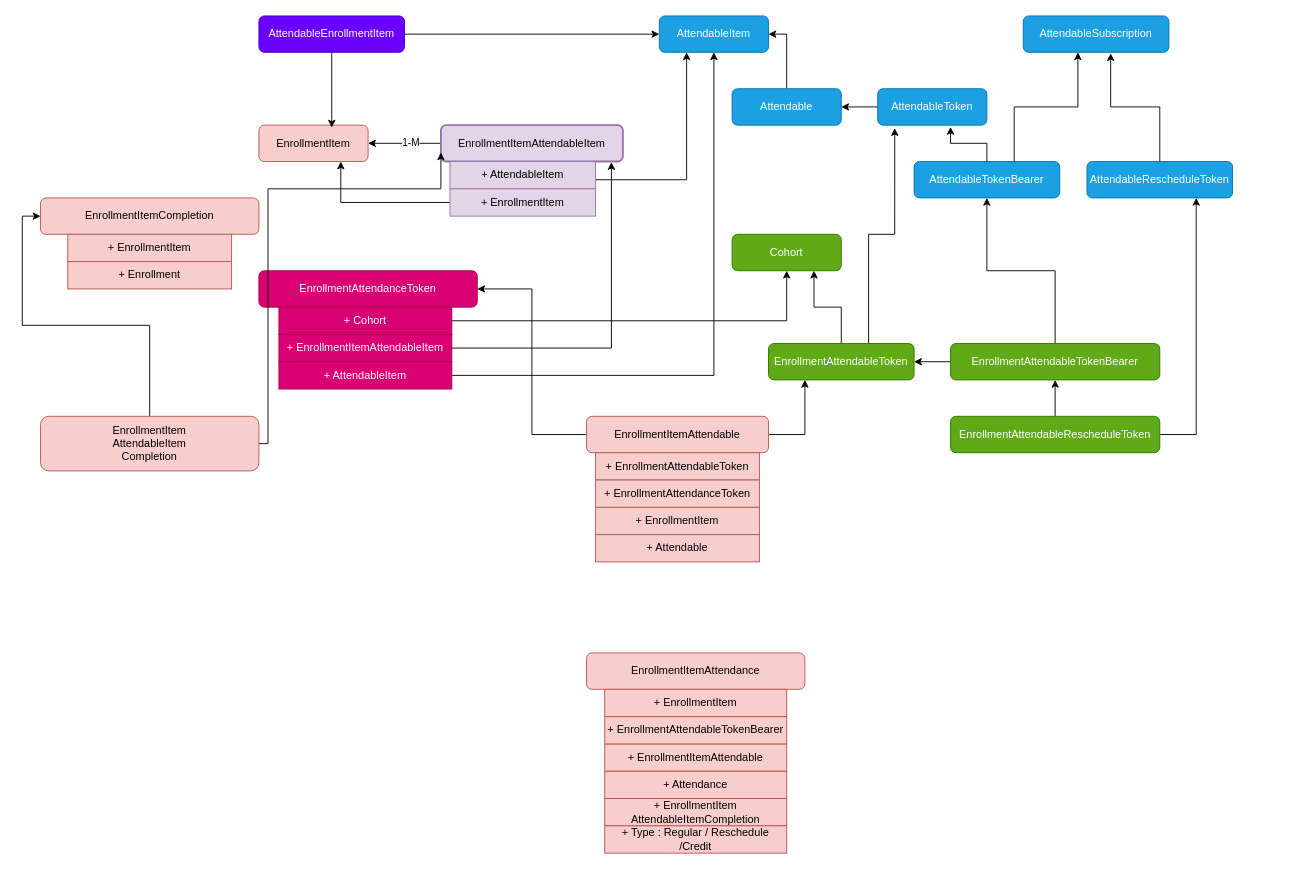
Earlier version of the draw.io diagram Enrolla.drawio (nana-essah/data-abstractions). Source tidied: cells renumbered, new cells numbered last; positions are measured from the earlier drawing's top-left corner, leaving out a move shared by most shapes. Both pictures are drawn from the tidied source at 91%, with x=0, y=0 at pixel (40, 15).
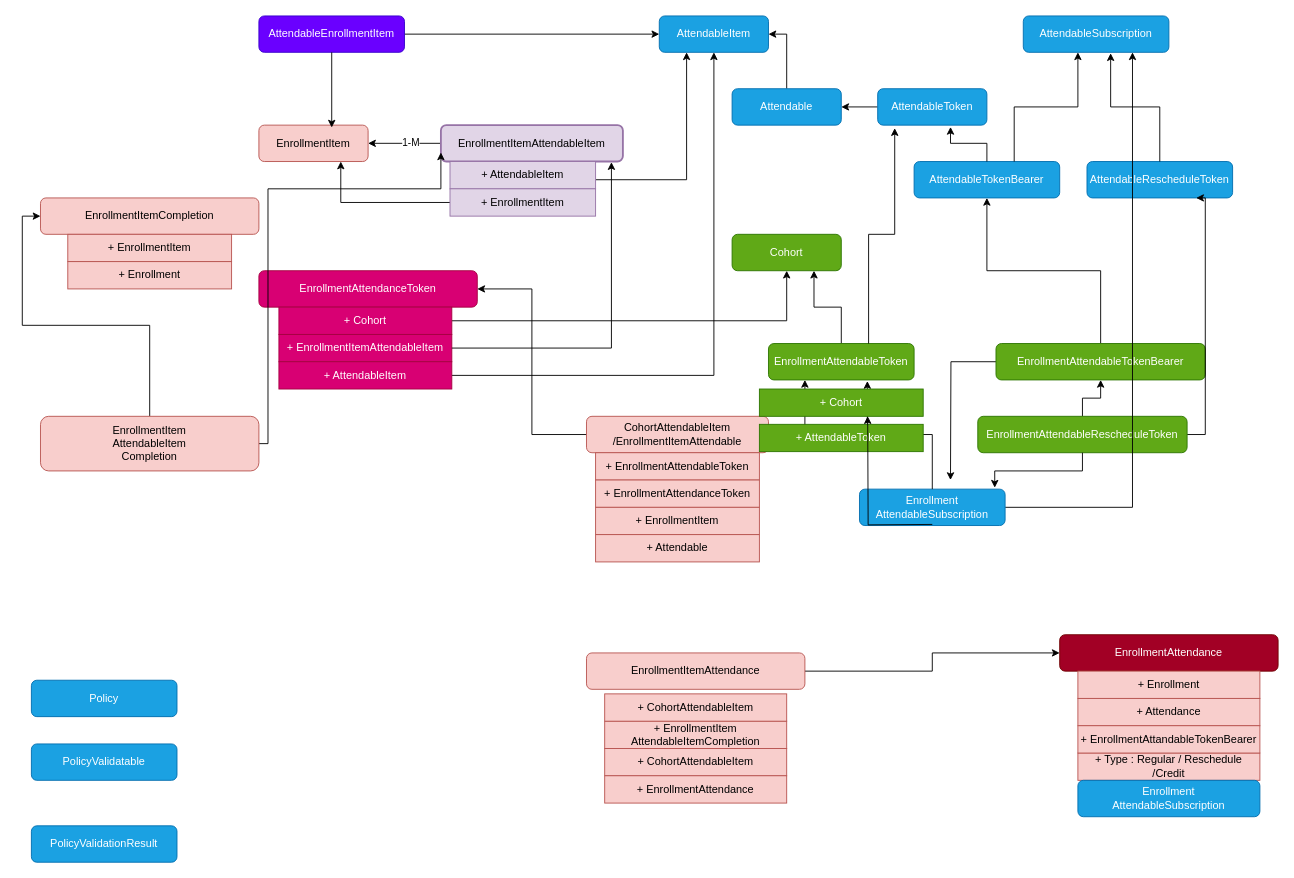
The same diagram, later.

The change refers to these unchanged cells:
```xml
<mxCell id="29" value="EnrollmentAttendableToken" style="rounded=1;whiteSpace=wrap;html=1;fillColor=#60a917;fontColor=#ffffff;strokeColor=#2D7600;" parent="1" vertex="1">
  <mxGeometry x="800" y="360" width="160" height="40" as="geometry" />
</mxCell>
<mxCell id="34" value="AttendableSubscription" style="rounded=1;whiteSpace=wrap;html=1;fillColor=#1ba1e2;fontColor=#ffffff;strokeColor=#006EAF;" parent="1" vertex="1">
  <mxGeometry x="1080" width="160" height="40" as="geometry" />
</mxCell>
<mxCell id="35" value="AttendableRescheduleToken" style="rounded=1;whiteSpace=wrap;html=1;fillColor=#1ba1e2;fontColor=#ffffff;strokeColor=#006EAF;" parent="1" vertex="1">
  <mxGeometry x="1150" y="160" width="160" height="40" as="geometry" />
</mxCell>
<mxCell id="44" value="EnrollmentItemAttendance" style="rounded=1;whiteSpace=wrap;html=1;fillColor=#f8cecc;strokeColor=#b85450;" parent="1" vertex="1">
  <mxGeometry x="600" y="700" width="240" height="40" as="geometry" />
</mxCell>
```

What changed in the source:
```diff
@@
-    <mxCell id="31" style="edgeStyle=orthogonalEdgeStyle;rounded=0;jettySize=auto;html=1;entryX=1;entryY=0.5;entryDx=0;entryDy=0;" parent="1" edge="1" source="33" target="29">
-      <mxGeometry relative="1" as="geometry" />
-    </mxCell>
@@
+    <mxCell id="61" style="edgeStyle=orthogonalEdgeStyle;rounded=0;jettySize=auto;html=1;" parent="1" edge="1" source="33">
+      <mxGeometry relative="1" as="geometry">
+        <mxPoint x="1000" y="510" as="targetPoint" />
+      </mxGeometry>
+    </mxCell>
     <mxCell id="33" value="EnrollmentAttendableTokenBearer" style="rounded=1;whiteSpace=wrap;html=1;fillColor=#60a917;fontColor=#ffffff;strokeColor=#2D7600;" parent="1" vertex="1">
-      <mxGeometry x="1000" y="360" width="230" height="40" as="geometry" />
+      <mxGeometry x="1050" y="360" width="230" height="40" as="geometry" />
     </mxCell>
@@
     <mxCell id="39" style="edgeStyle=orthogonalEdgeStyle;rounded=0;jettySize=auto;html=1;entryX=0.75;entryY=1;entryDx=0;entryDy=0;" parent="1" edge="1" source="40" target="35">
       <mxGeometry relative="1" as="geometry">
         <Array as="points">
-          <mxPoint x="1270" y="460" />
+          <mxPoint x="1280" y="460" />
+          <mxPoint x="1280" y="200" />
         </Array>
       </mxGeometry>
     </mxCell>
     <mxCell id="40" value="EnrollmentAttendableRescheduleToken" style="rounded=1;whiteSpace=wrap;html=1;fillColor=#60a917;fontColor=#ffffff;strokeColor=#2D7600;" parent="1" vertex="1">
-      <mxGeometry x="1000" y="440" width="230" height="40" as="geometry" />
+      <mxGeometry x="1030" y="440" width="230" height="40" as="geometry" />
     </mxCell>
@@
-    <mxCell id="43" value="EnrollmentItemAttendable" style="rounded=1;whiteSpace=wrap;html=1;fillColor=#f8cecc;strokeColor=#b85450;" parent="1" vertex="1">
+    <mxCell id="43" value="&lt;div&gt;CohortAttendableItem&lt;/div&gt;&lt;div&gt;/EnrollmentItemAttendable&lt;/div&gt;" style="rounded=1;whiteSpace=wrap;html=1;fillColor=#f8cecc;strokeColor=#b85450;" parent="1" vertex="1">
       <mxGeometry x="600" y="440" width="200" height="40" as="geometry" />
     </mxCell>
+    <mxCell id="62" style="edgeStyle=orthogonalEdgeStyle;rounded=0;jettySize=auto;html=1;entryX=0;entryY=0.5;entryDx=0;entryDy=0;" parent="1" edge="1" source="44" target="74">
+      <mxGeometry relative="1" as="geometry" />
+    </mxCell>
@@
-    <mxCell id="49" value="+&amp;nbsp;EnrollmentItemAttendable" style="text;html=1;align=center;verticalAlign=middle;whiteSpace=wrap;rounded=0;strokeColor=#b85450;fillColor=#f8cecc;" parent="1" vertex="1">
-      <mxGeometry x="620" y="800" width="200" height="30" as="geometry" />
+    <mxCell id="49" value="+ CohortAttendableItem" style="text;html=1;align=center;verticalAlign=middle;whiteSpace=wrap;rounded=0;strokeColor=#b85450;fillColor=#f8cecc;" parent="1" vertex="1">
+      <mxGeometry x="620" y="805" width="200" height="30" as="geometry" />
     </mxCell>
-    <mxCell id="50" value="+ Attendance" style="text;html=1;align=center;verticalAlign=middle;whiteSpace=wrap;rounded=0;strokeColor=#b85450;fillColor=#f8cecc;" parent="1" vertex="1">
-      <mxGeometry x="620" y="830" width="200" height="30" as="geometry" />
-    </mxCell>
     <mxCell id="51" value="&lt;div&gt;+&amp;nbsp;EnrollmentItem&lt;/div&gt;&lt;div&gt;AttendableItemCompletion&lt;/div&gt;" style="text;html=1;align=center;verticalAlign=middle;whiteSpace=wrap;rounded=0;strokeColor=#b85450;fillColor=#f8cecc;" parent="1" vertex="1">
-      <mxGeometry x="620" y="860" width="200" height="30" as="geometry" />
+      <mxGeometry x="620" y="775" width="200" height="30" as="geometry" />
     </mxCell>
     <mxCell id="52" value="+ Type : Regular / Reschedule /Credit" style="text;html=1;align=center;verticalAlign=middle;whiteSpace=wrap;rounded=0;strokeColor=#b85450;fillColor=#f8cecc;" parent="1" vertex="1">
-      <mxGeometry x="620" y="890" width="200" height="30" as="geometry" />
+      <mxGeometry x="1140" y="810" width="200" height="30" as="geometry" />
     </mxCell>
-    <mxCell id="53" value="+&amp;nbsp;EnrollmentAttendableTokenBearer" style="text;html=1;align=center;verticalAlign=middle;whiteSpace=wrap;rounded=0;strokeColor=#b85450;fillColor=#f8cecc;" parent="1" vertex="1">
-      <mxGeometry x="620" y="770" width="200" height="30" as="geometry" />
-    </mxCell>
-    <mxCell id="54" value="+ EnrollmentItem" style="text;html=1;align=center;verticalAlign=middle;whiteSpace=wrap;rounded=0;strokeColor=#b85450;fillColor=#f8cecc;" parent="1" vertex="1">
-      <mxGeometry x="620" y="740" width="200" height="30" as="geometry" />
-    </mxCell>
@@
+    <mxCell id="63" style="edgeStyle=orthogonalEdgeStyle;rounded=0;jettySize=auto;html=1;entryX=0.75;entryY=1;entryDx=0;entryDy=0;" parent="1" edge="1" source="64" target="34">
+      <mxGeometry relative="1" as="geometry" />
+    </mxCell>
+    <mxCell id="64" value="&lt;div&gt;Enrollment&lt;/div&gt;&lt;div&gt;AttendableSubscription&lt;/div&gt;" style="rounded=1;whiteSpace=wrap;html=1;fillColor=#1ba1e2;fontColor=#ffffff;strokeColor=#006EAF;" parent="1" vertex="1">
+      <mxGeometry x="900" y="520" width="160" height="40" as="geometry" />
+    </mxCell>
+    <mxCell id="65" style="edgeStyle=orthogonalEdgeStyle;rounded=0;jettySize=auto;html=1;entryX=0.679;entryY=1.031;entryDx=0;entryDy=0;entryPerimeter=0;" parent="1" edge="1" source="64" target="29">
+      <mxGeometry relative="1" as="geometry" />
+    </mxCell>
+    <mxCell id="66" style="edgeStyle=orthogonalEdgeStyle;rounded=0;jettySize=auto;html=1;entryX=0.929;entryY=-0.04;entryDx=0;entryDy=0;entryPerimeter=0;" parent="1" edge="1" source="40" target="64">
+      <mxGeometry relative="1" as="geometry" />
+    </mxCell>
+    <mxCell id="67" value="&lt;div&gt;Enrollment&lt;/div&gt;&lt;div&gt;AttendableSubscription&lt;/div&gt;" style="rounded=1;whiteSpace=wrap;html=1;fillColor=#1ba1e2;fontColor=#ffffff;strokeColor=#006EAF;" parent="1" vertex="1">
+      <mxGeometry x="1140" y="840" width="200" height="40" as="geometry" />
+    </mxCell>
+    <mxCell id="68" value="+ Cohort" style="text;html=1;align=center;verticalAlign=middle;whiteSpace=wrap;rounded=0;strokeColor=#2D7600;fillColor=#60a917;fontColor=#ffffff;" parent="1" vertex="1">
+      <mxGeometry x="790" y="410" width="180" height="30" as="geometry" />
+    </mxCell>
+    <mxCell id="69" value="+ AttendableToken" style="text;html=1;align=center;verticalAlign=middle;whiteSpace=wrap;rounded=0;strokeColor=#2D7600;fillColor=#60a917;fontColor=#ffffff;" parent="1" vertex="1">
+      <mxGeometry x="790" y="448.8" width="180" height="30" as="geometry" />
+    </mxCell>
+    <mxCell id="70" style="edgeStyle=orthogonalEdgeStyle;rounded=0;orthogonalLoop=1;jettySize=auto;html=1;entryX=0.679;entryY=1.031;entryDx=0;entryDy=0;entryPerimeter=0;" parent="1" edge="1">
+      <mxGeometry relative="1" as="geometry">
+        <mxPoint x="980" y="558.8" as="sourcePoint" />
+        <mxPoint x="909" y="439.8" as="targetPoint" />
+      </mxGeometry>
+    </mxCell>
+    <mxCell id="71" value="Policy" style="rounded=1;whiteSpace=wrap;html=1;fillColor=#1ba1e2;fontColor=#ffffff;strokeColor=#006EAF;" parent="1" vertex="1">
+      <mxGeometry x="-10" y="730" width="160" height="40" as="geometry" />
+    </mxCell>
+    <mxCell id="72" value="PolicyValidatable" style="rounded=1;whiteSpace=wrap;html=1;fillColor=#1ba1e2;fontColor=#ffffff;strokeColor=#006EAF;" parent="1" vertex="1">
+      <mxGeometry x="-10" y="800" width="160" height="40" as="geometry" />
+    </mxCell>
+    <mxCell id="73" value="PolicyValidationResult" style="rounded=1;whiteSpace=wrap;html=1;fillColor=#1ba1e2;fontColor=#ffffff;strokeColor=#006EAF;" parent="1" vertex="1">
+      <mxGeometry x="-10" y="890" width="160" height="40" as="geometry" />
+    </mxCell>
+    <mxCell id="74" value="EnrollmentAttendance" style="rounded=1;whiteSpace=wrap;html=1;fillColor=#a20025;strokeColor=#6F0000;fontColor=#ffffff;" parent="1" vertex="1">
+      <mxGeometry x="1120" y="680" width="240" height="40" as="geometry" />
+    </mxCell>
+    <mxCell id="75" value="+ Enrollment" style="text;html=1;align=center;verticalAlign=middle;whiteSpace=wrap;rounded=0;strokeColor=#b85450;fillColor=#f8cecc;" parent="1" vertex="1">
+      <mxGeometry x="1140" y="720" width="200" height="30" as="geometry" />
+    </mxCell>
+    <mxCell id="50" value="+ Attendance" style="text;html=1;align=center;verticalAlign=middle;whiteSpace=wrap;rounded=0;strokeColor=#b85450;fillColor=#f8cecc;" parent="1" vertex="1">
+      <mxGeometry x="1140" y="750" width="200" height="30" as="geometry" />
+    </mxCell>
+    <mxCell id="76" value="+ EnrollmentAttandableTokenBearer" style="text;html=1;align=center;verticalAlign=middle;whiteSpace=wrap;rounded=0;strokeColor=#b85450;fillColor=#f8cecc;" parent="1" vertex="1">
+      <mxGeometry x="1140" y="780" width="200" height="30" as="geometry" />
+    </mxCell>
+    <mxCell id="77" value="+ EnrollmentAttendance" style="text;html=1;align=center;verticalAlign=middle;whiteSpace=wrap;rounded=0;strokeColor=#b85450;fillColor=#f8cecc;" parent="1" vertex="1">
+      <mxGeometry x="620" y="835" width="200" height="30" as="geometry" />
+    </mxCell>
+    <mxCell id="78" value="+ CohortAttendableItem" style="text;html=1;align=center;verticalAlign=middle;whiteSpace=wrap;rounded=0;strokeColor=#b85450;fillColor=#f8cecc;" parent="1" vertex="1">
+      <mxGeometry x="620" y="745" width="200" height="30" as="geometry" />
+    </mxCell>
```
